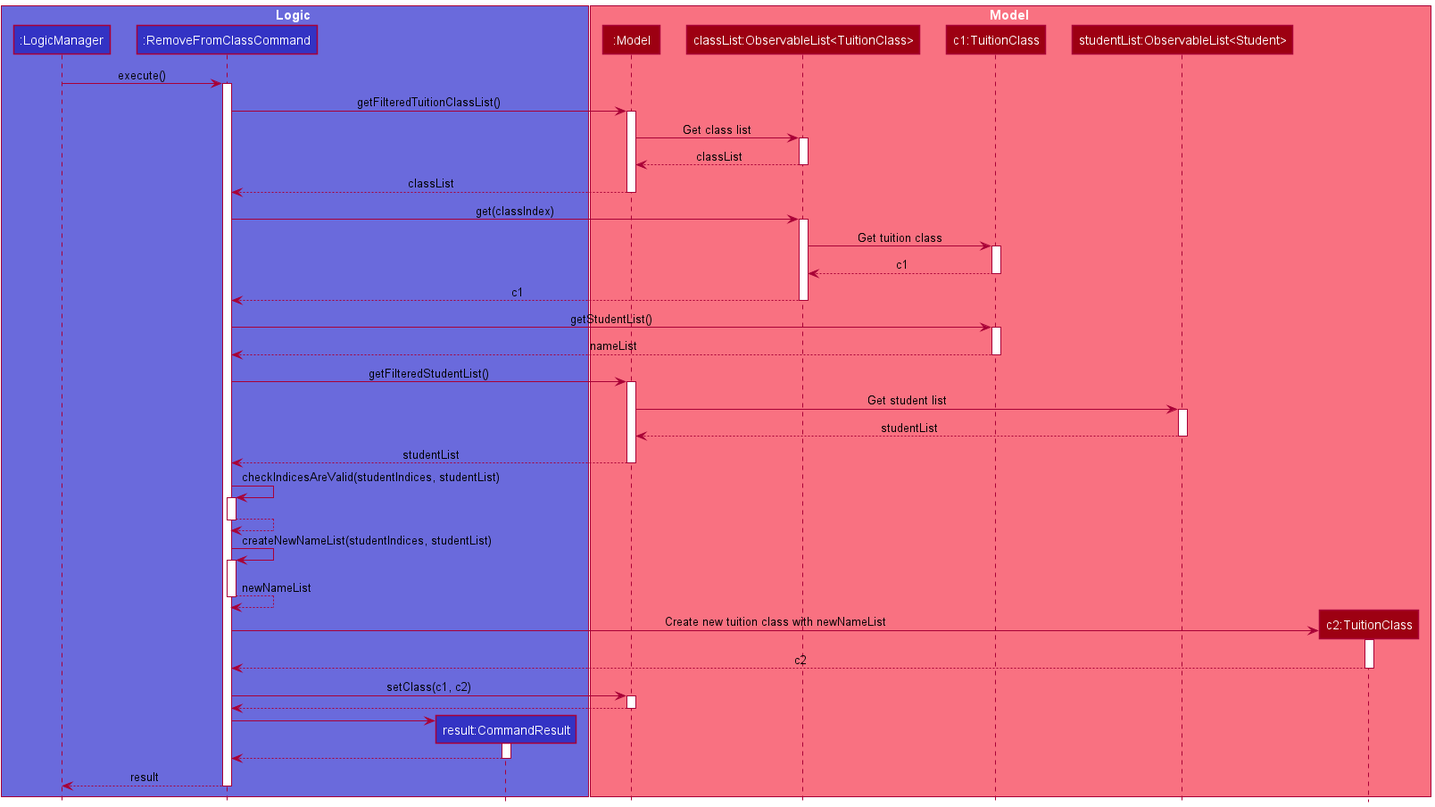
Earlier version of the PlantUML export docs/images/RemoveFromClassCommandSequenceDiagram.png (softmagnet/tp).
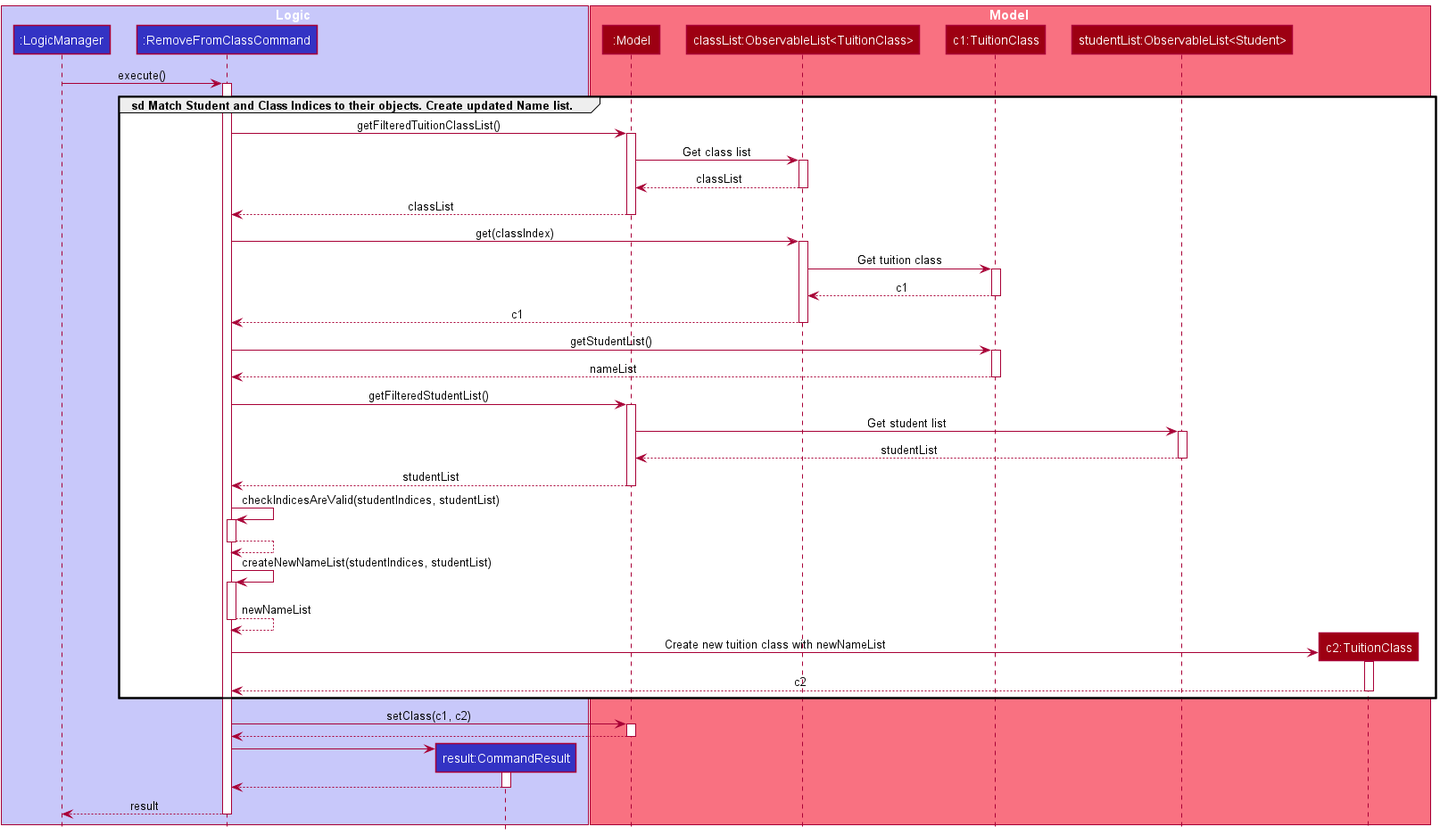
After the commit.

Commit message:
Update RemoveFromClass DG diagrams

What changed in the source:
```diff
@@ -2,8 +2,7 @@
 
 !include Style.puml
 
-box Logic LOGIC_COLOR_T2
-
+box Logic LOGIC_COLOR_T1
 participant ":LogicManager" as LogicManager LOGIC_COLOR
 participant ":RemoveFromClassCommand" as RemoveFromClassCommand LOGIC_COLOR
 participant "result:CommandResult" as CommandResult LOGIC_COLOR
@@ -19,6 +18,7 @@
 LogicManager -> RemoveFromClassCommand: execute()
 activate RemoveFromClassCommand
 
+group sd Match Student and Class Indices to their objects. Create updated Name list.
 RemoveFromClassCommand -> Model: getFilteredTuitionClassList()
 activate Model
 Model -> tuitionClassList: Get class list
@@ -60,7 +60,7 @@
 create newTuitionClass
 RemoveFromClassCommand -> newTuitionClass ++ :Create new tuition class with newNameList
 RemoveFromClassCommand <-- newTuitionClass -- : c2
-
+end
 
 RemoveFromClassCommand -> Model: setClass(c1, c2)
 activate Model
```
